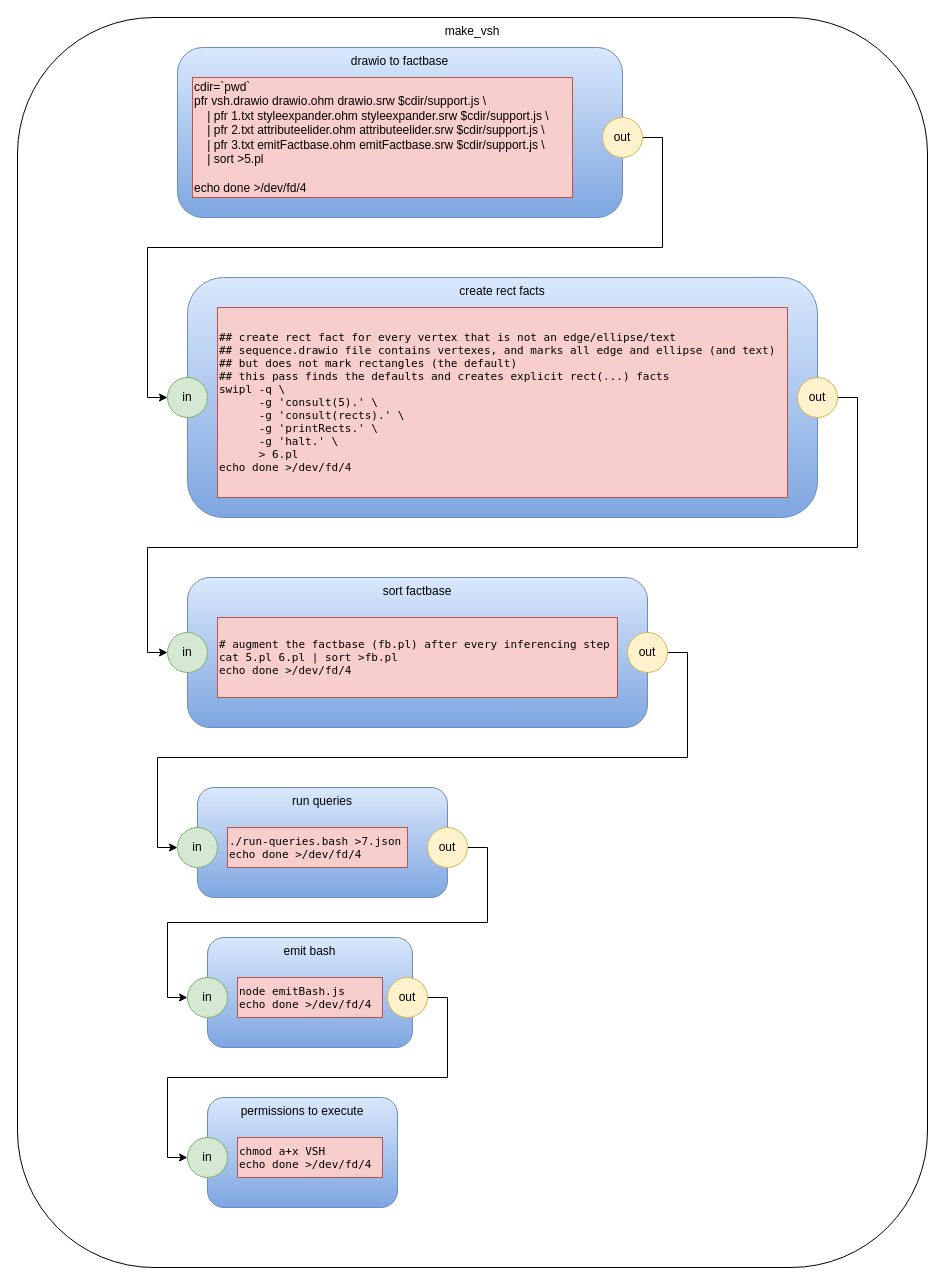
guitarvydas/vsh keeps this draw.io diagram as vsh.drawio. Above is the earlier version. Source tidied: cells renumbered, new cells numbered last; positions are measured from the earlier drawing's top-left corner, leaving out a move shared by most shapes. Both pictures are drawn from the tidied source at 100%, with x=0, y=0 at pixel (17, 17).
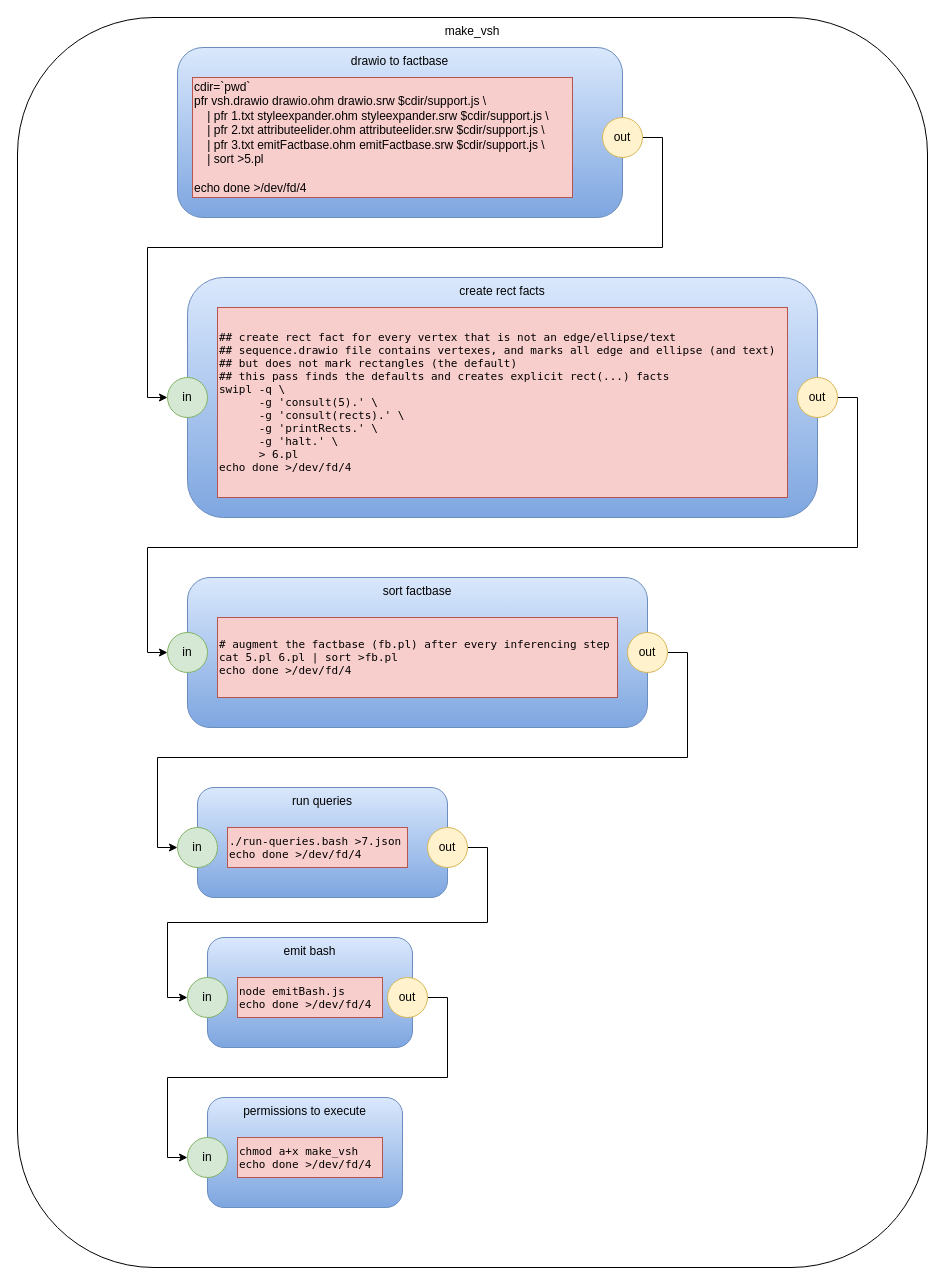
Above is the later version.

Change to the diagram source:
```diff
@@
     <mxCell id="27" value="permissions to execute" style="rounded=1;whiteSpace=wrap;html=1;gradientColor=#7ea6e0;fillColor=#dae8fc;strokeColor=#6c8ebf;verticalAlign=top;" parent="1" vertex="1">
-      <mxGeometry x="190" y="1080" width="190" height="110" as="geometry" />
+      <mxGeometry x="190" y="1080" width="195" height="110" as="geometry" />
     </mxCell>
@@
-    <mxCell id="29" value="&lt;p class=&quot;p1&quot; style=&quot;margin: 0px ; font-stretch: normal ; font-size: 11px ; line-height: normal ; font-family: &amp;#34;menlo&amp;#34;&quot;&gt;&lt;span class=&quot;s1&quot;&gt;chmod a+x VSH&lt;/span&gt;&lt;/p&gt;&lt;p class=&quot;p1&quot; style=&quot;margin: 0px ; font-stretch: normal ; font-size: 11px ; line-height: normal ; font-family: &amp;#34;menlo&amp;#34;&quot;&gt;&lt;span class=&quot;s1&quot;&gt;echo done &amp;gt;/dev/fd/4&lt;br&gt;&lt;/span&gt;&lt;/p&gt;" style="rounded=0;whiteSpace=wrap;html=1;fillColor=#f8cecc;strokeColor=#b85450;align=left;" parent="1" vertex="1">
+    <mxCell id="29" value="&lt;p class=&quot;p1&quot; style=&quot;margin: 0px ; font-stretch: normal ; font-size: 11px ; line-height: normal ; font-family: &amp;#34;menlo&amp;#34;&quot;&gt;&lt;span class=&quot;s1&quot;&gt;chmod a+x make_vsh&lt;/span&gt;&lt;/p&gt;&lt;p class=&quot;p1&quot; style=&quot;margin: 0px ; font-stretch: normal ; font-size: 11px ; line-height: normal ; font-family: &amp;#34;menlo&amp;#34;&quot;&gt;&lt;span class=&quot;s1&quot;&gt;echo done &amp;gt;/dev/fd/4&lt;br&gt;&lt;/span&gt;&lt;/p&gt;" style="rounded=0;whiteSpace=wrap;html=1;fillColor=#f8cecc;strokeColor=#b85450;align=left;" parent="1" vertex="1">
       <mxGeometry x="220" y="1120" width="145" height="40" as="geometry" />
     </mxCell>
```
